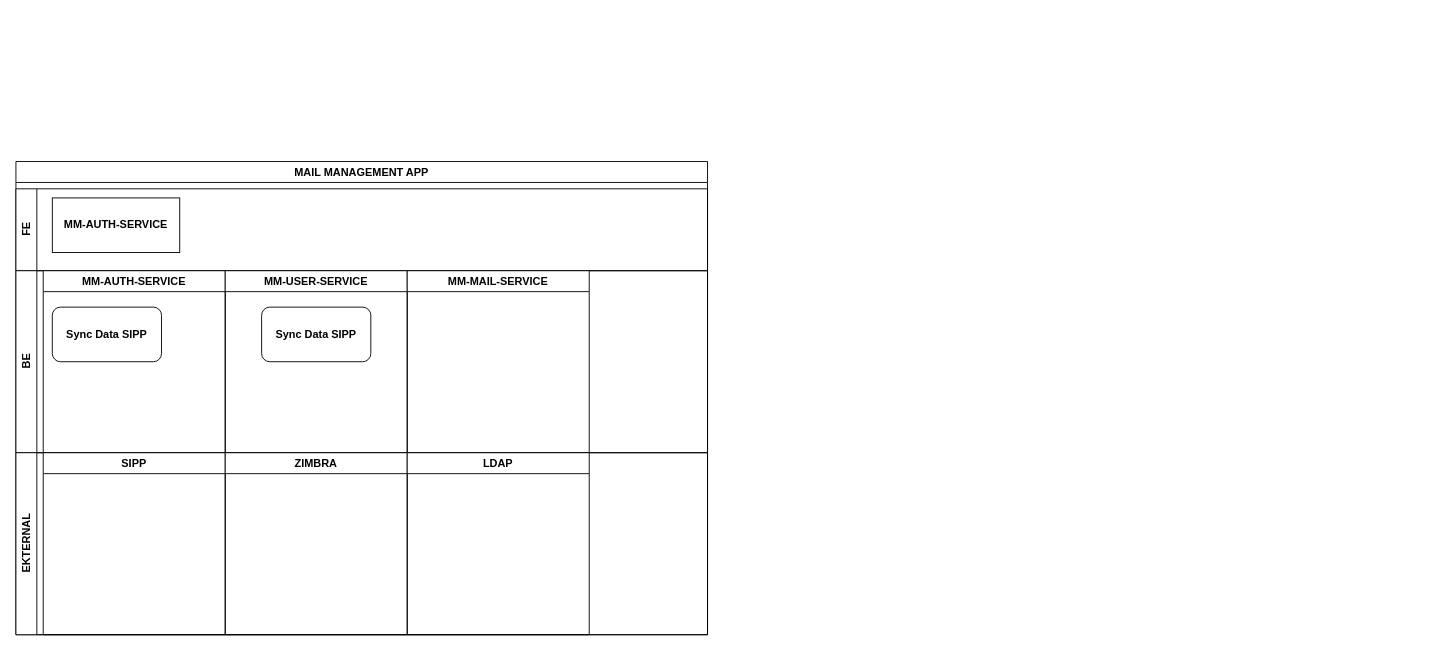
Before: page "tech-arsitektur-service" (5 of 5) of admin_polri.drawio in fsdio/draw.io.dev, a draw.io diagram. Source tidied: cells renumbered, new cells numbered last; positions are measured from the earlier drawing's top-left corner, leaving out a move shared by most shapes. Both pictures are drawn from the tidied source at 91%, with x=0, y=0 at pixel (15, 161).
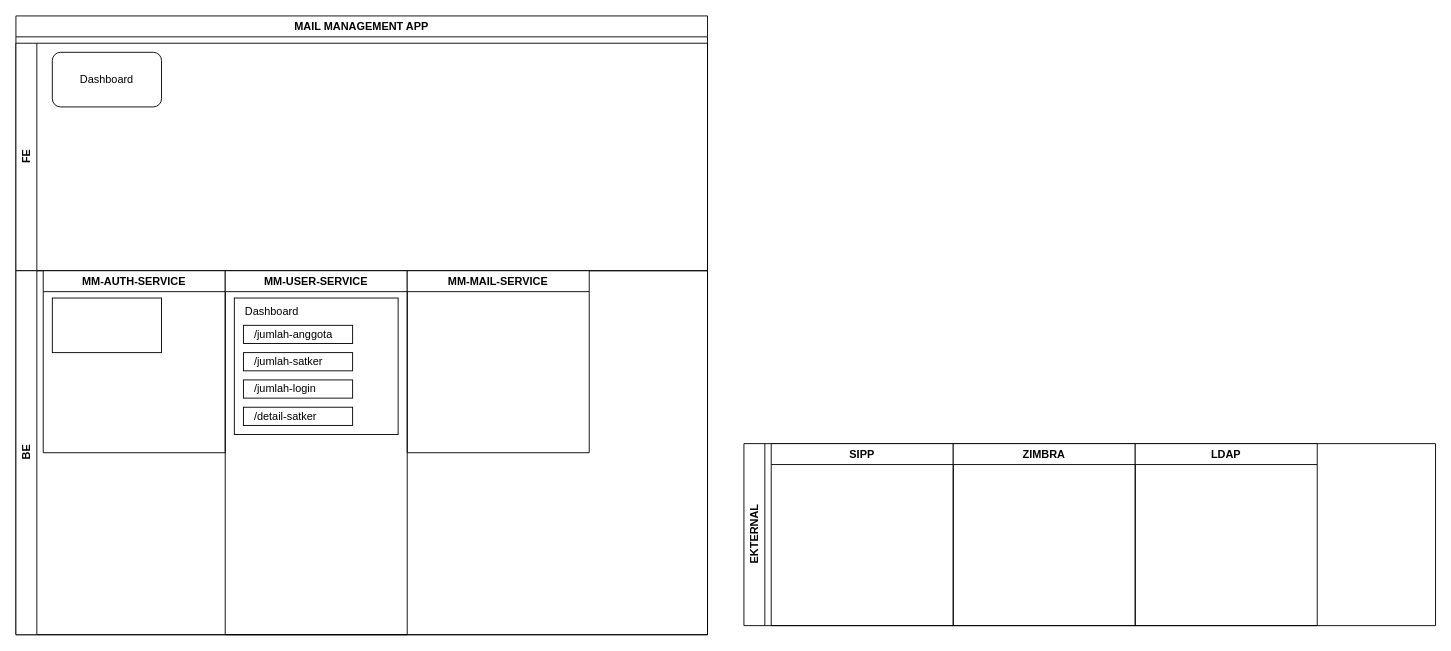
After the change.

What changed in the source:
```diff
@@
 <mxGraphModel>
   <root>
     <mxCell id="0" />
     <mxCell id="1" parent="0" />
     <mxCell id="2" value="MAIL MANAGEMENT APP" style="swimlane;whiteSpace=wrap;html=1;" parent="1" vertex="1">
-      <mxGeometry width="760" height="520" as="geometry" />
+      <mxGeometry y="-160" width="760" height="680" as="geometry" />
     </mxCell>
     <mxCell id="3" value="FE" style="swimlane;horizontal=0;whiteSpace=wrap;html=1;startSize=23;" parent="2" vertex="1">
-      <mxGeometry y="30" width="760" height="90" as="geometry" />
+      <mxGeometry y="30" width="760" height="250" as="geometry" />
     </mxCell>
-    <mxCell id="4" value="&lt;b&gt;MM-AUTH-SERVICE&lt;/b&gt;" style="rounded=0;whiteSpace=wrap;html=1;" parent="3" vertex="1">
-      <mxGeometry x="40" y="10" width="140" height="60" as="geometry" />
-    </mxCell>
+    <mxCell id="15" value="Dashboard" style="rounded=1;whiteSpace=wrap;html=1;" parent="3" vertex="1">
+      <mxGeometry x="40" y="10" width="120" height="60" as="geometry" />
+    </mxCell>
     <mxCell id="5" value="BE" style="swimlane;horizontal=0;whiteSpace=wrap;html=1;startSize=23;" parent="2" vertex="1">
-      <mxGeometry y="120" width="760" height="200" as="geometry" />
+      <mxGeometry y="280" width="760" height="400" as="geometry" />
     </mxCell>
     <mxCell id="6" value="MM-AUTH-SERVICE" style="swimlane;whiteSpace=wrap;html=1;" parent="5" vertex="1">
       <mxGeometry x="30" width="200" height="200" as="geometry" />
     </mxCell>
-    <mxCell id="7" value="&lt;b&gt;Sync Data SIPP&lt;/b&gt;" style="rounded=1;whiteSpace=wrap;html=1;" parent="6" vertex="1">
-      <mxGeometry x="10" y="40" width="120" height="60" as="geometry" />
-    </mxCell>
+    <mxCell id="16" style="rounded=0;whiteSpace=wrap;html=1;" parent="6" vertex="1">
+      <mxGeometry x="10" y="30" width="120" height="60" as="geometry" />
+    </mxCell>
     <mxCell id="8" value="MM-USER-SERVICE" style="swimlane;whiteSpace=wrap;html=1;" parent="5" vertex="1">
-      <mxGeometry x="230" width="200" height="200" as="geometry" />
+      <mxGeometry x="230" width="200" height="400" as="geometry" />
     </mxCell>
-    <mxCell id="9" value="&lt;b&gt;Sync Data SIPP&lt;/b&gt;" style="rounded=1;whiteSpace=wrap;html=1;" parent="8" vertex="1">
-      <mxGeometry x="40" y="40" width="120" height="60" as="geometry" />
-    </mxCell>
+    <mxCell id="17" style="rounded=0;whiteSpace=wrap;html=1;" parent="8" vertex="1">
+      <mxGeometry x="10" y="30" width="180" height="150" as="geometry" />
+    </mxCell>
+    <mxCell id="18" value="/jumlah-anggota" style="rounded=0;whiteSpace=wrap;html=1;align=left;spacingLeft=10;" parent="8" vertex="1">
+      <mxGeometry x="20" y="60" width="120" height="20" as="geometry" />
+    </mxCell>
+    <mxCell id="19" value="/jumlah-satker" style="rounded=0;whiteSpace=wrap;html=1;align=left;spacingLeft=10;" parent="8" vertex="1">
+      <mxGeometry x="20" y="90" width="120" height="20" as="geometry" />
+    </mxCell>
+    <mxCell id="20" value="/jumlah-login" style="rounded=0;whiteSpace=wrap;html=1;align=left;spacingLeft=10;" parent="8" vertex="1">
+      <mxGeometry x="20" y="120" width="120" height="20" as="geometry" />
+    </mxCell>
+    <mxCell id="21" value="/detail-satker" style="rounded=0;whiteSpace=wrap;html=1;align=left;spacingLeft=10;" parent="8" vertex="1">
+      <mxGeometry x="20" y="150" width="120" height="20" as="geometry" />
+    </mxCell>
+    <mxCell id="22" value="Dashboard" style="text;html=1;align=left;verticalAlign=middle;whiteSpace=wrap;rounded=0;spacingLeft=10;" parent="8" vertex="1">
+      <mxGeometry x="10" y="30" width="180" height="30" as="geometry" />
+    </mxCell>
     <mxCell id="10" value="MM-MAIL-SERVICE" style="swimlane;whiteSpace=wrap;html=1;" parent="5" vertex="1">
       <mxGeometry x="430" width="200" height="200" as="geometry" />
     </mxCell>
     <mxCell id="11" value="EKTERNAL" style="swimlane;horizontal=0;whiteSpace=wrap;html=1;startSize=23;" parent="1" vertex="1">
-      <mxGeometry y="320" width="760" height="200" as="geometry" />
+      <mxGeometry x="800" y="310" width="760" height="200" as="geometry" />
     </mxCell>
     <mxCell id="12" value="SIPP" style="swimlane;whiteSpace=wrap;html=1;" parent="11" vertex="1">
       <mxGeometry x="30" width="200" height="200" as="geometry" />
     </mxCell>
     <mxCell id="13" value="ZIMBRA" style="swimlane;whiteSpace=wrap;html=1;" parent="11" vertex="1">
       <mxGeometry x="230" width="200" height="200" as="geometry" />
     </mxCell>
     <mxCell id="14" value="LDAP" style="swimlane;whiteSpace=wrap;html=1;" parent="11" vertex="1">
       <mxGeometry x="430" width="200" height="200" as="geometry" />
     </mxCell>
   </root>
 </mxGraphModel>
```
